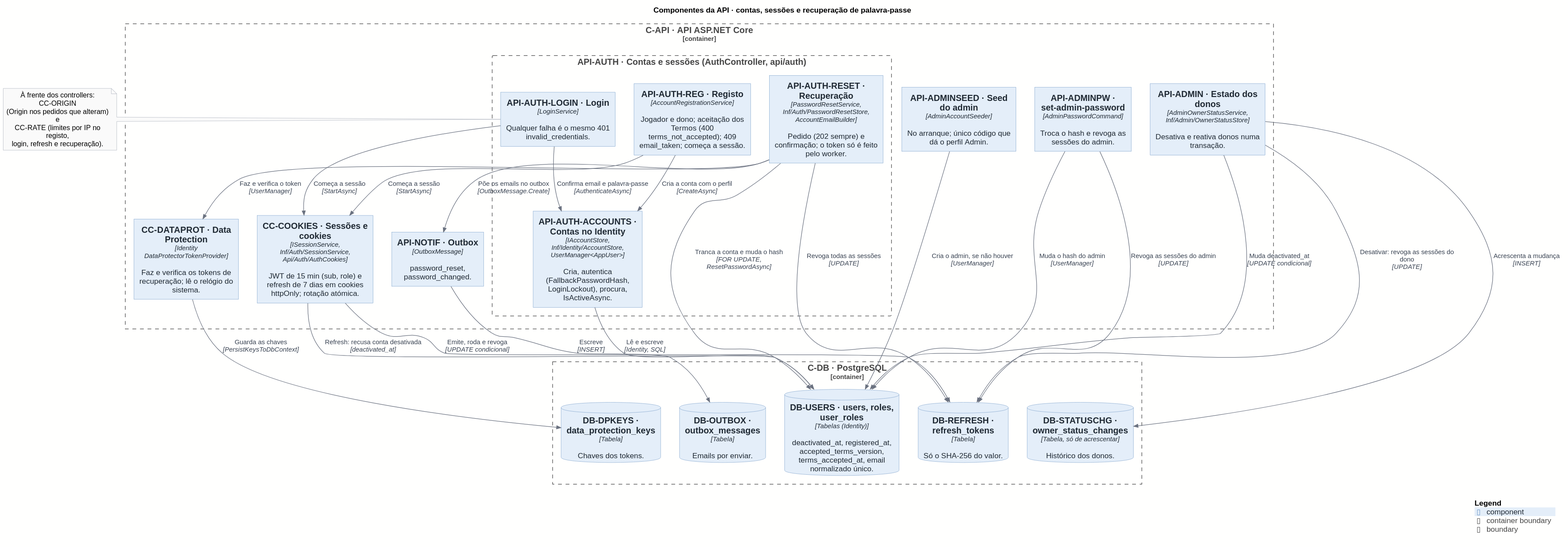
Before: docs/architecture/out/03-components-api-accounts.svg, a diagram exported from PlantUML (rodrigo4sousa/SportsEstablishments).
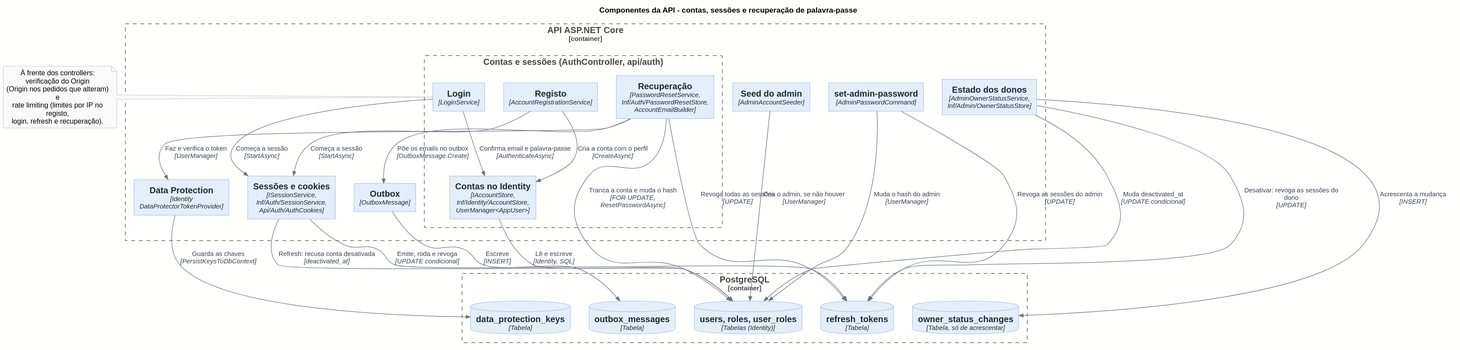
After the change.

Change to the diagram source:
```diff
@@ -2,31 +2,31 @@
 !include <C4/C4_Component>
 !include ../style.puml
 
-title Componentes da API · contas, sessões e recuperação de palavra-passe
+title Componentes da API - contas, sessões e recuperação de palavra-passe
 
 LAYOUT_TOP_DOWN()
 
-Container_Boundary(C_API, "C-API · API ASP.NET Core") {
-  Boundary(API_AUTH, "API-AUTH · Contas e sessões (AuthController, api/auth)") {
-    Component(API_AUTH_REG, "API-AUTH-REG · Registo", "AccountRegistrationService", "Jogador e dono; aceitação dos Termos (400 terms_not_accepted); 409 email_taken; começa a sessão.")
-    Component(API_AUTH_LOGIN, "API-AUTH-LOGIN · Login", "LoginService", "Qualquer falha é o mesmo 401 invalid_credentials.")
-    Component(API_AUTH_RESET, "API-AUTH-RESET · Recuperação", "PasswordResetService, Inf/Auth/PasswordResetStore, AccountEmailBuilder", "Pedido (202 sempre) e confirmação; o token só é feito pelo worker.")
-    Component(API_AUTH_ACCOUNTS, "API-AUTH-ACCOUNTS · Contas no Identity", "IAccountStore, Inf/Identity/AccountStore, UserManager<AppUser>", "Cria, autentica (FallbackPasswordHash, LoginLockout), procura, IsActiveAsync.")
+Container_Boundary(C_API, "API ASP.NET Core") {
+  Boundary(API_AUTH, "Contas e sessões (AuthController, api/auth)") {
+    Component(API_AUTH_REG, "Registo", "AccountRegistrationService")
+    Component(API_AUTH_LOGIN, "Login", "LoginService")
+    Component(API_AUTH_RESET, "Recuperação", "PasswordResetService, Inf/Auth/PasswordResetStore, AccountEmailBuilder")
+    Component(API_AUTH_ACCOUNTS, "Contas no Identity", "IAccountStore, Inf/Identity/AccountStore, UserManager<AppUser>")
   }
-  Component(CC_COOKIES, "CC-COOKIES · Sessões e cookies", "ISessionService, Inf/Auth/SessionService, Api/Auth/AuthCookies", "JWT de 15 min (sub, role) e refresh de 7 dias em cookies httpOnly; rotação atómica.")
-  Component(CC_DATAPROT, "CC-DATAPROT · Data Protection", "Identity DataProtectorTokenProvider", "Faz e verifica os tokens de recuperação; lê o relógio do sistema.")
-  Component(API_ADMINSEED, "API-ADMINSEED · Seed do admin", "AdminAccountSeeder", "No arranque; único código que dá o perfil Admin.")
-  Component(API_ADMINPW, "API-ADMINPW · set-admin-password", "AdminPasswordCommand", "Troca o hash e revoga as sessões do admin.")
-  Component(API_ADMIN, "API-ADMIN · Estado dos donos", "AdminOwnerStatusService, Inf/Admin/OwnerStatusStore", "Desativa e reativa donos numa transação.")
-  Component(API_NOTIF, "API-NOTIF · Outbox", "OutboxMessage", "password_reset, password_changed.")
+  Component(CC_COOKIES, "Sessões e cookies", "ISessionService, Inf/Auth/SessionService, Api/Auth/AuthCookies")
+  Component(CC_DATAPROT, "Data Protection", "Identity DataProtectorTokenProvider")
+  Component(API_ADMINSEED, "Seed do admin", "AdminAccountSeeder")
+  Component(API_ADMINPW, "set-admin-password", "AdminPasswordCommand")
+  Component(API_ADMIN, "Estado dos donos", "AdminOwnerStatusService, Inf/Admin/OwnerStatusStore")
+  Component(API_NOTIF, "Outbox", "OutboxMessage")
 }
 
-Container_Boundary(C_DB, "C-DB · PostgreSQL") {
-  ComponentDb(DB_USERS, "DB-USERS · users, roles, user_roles", "Tabelas (Identity)", "deactivated_at, registered_at, accepted_terms_version, terms_accepted_at, email normalizado único.")
-  ComponentDb(DB_REFRESH, "DB-REFRESH · refresh_tokens", "Tabela", "Só o SHA-256 do valor.")
-  ComponentDb(DB_DPKEYS, "DB-DPKEYS · data_protection_keys", "Tabela", "Chaves dos tokens.")
-  ComponentDb(DB_STATUSCHG, "DB-STATUSCHG · owner_status_changes", "Tabela, só de acrescentar", "Histórico dos donos.")
-  ComponentDb(DB_OUTBOX, "DB-OUTBOX · outbox_messages", "Tabela", "Emails por enviar.")
+Container_Boundary(C_DB, "PostgreSQL") {
+  ComponentDb(DB_USERS, "users, roles, user_roles", "Tabelas (Identity)")
+  ComponentDb(DB_REFRESH, "refresh_tokens", "Tabela")
+  ComponentDb(DB_DPKEYS, "data_protection_keys", "Tabela")
+  ComponentDb(DB_STATUSCHG, "owner_status_changes", "Tabela, só de acrescentar")
+  ComponentDb(DB_OUTBOX, "outbox_messages", "Tabela")
 }
 
 Rel(API_AUTH_REG, API_AUTH_ACCOUNTS, $plain("Cria a conta com o perfil"), "CreateAsync")
@@ -50,11 +50,9 @@
 Rel(API_ADMIN, DB_REFRESH, $plain("Desativar: revoga as sessões do dono"), "UPDATE")
 
 note left of API_AUTH_LOGIN
-  À frente dos controllers: CC-ORIGIN
+  À frente dos controllers: verificação do Origin
   (Origin nos pedidos que alteram) e
-  CC-RATE (limites por IP no registo,
+  rate limiting (limites por IP no registo,
   login, refresh e recuperação).
 end note
-
-SHOW_LEGEND()
 @enduml
```
